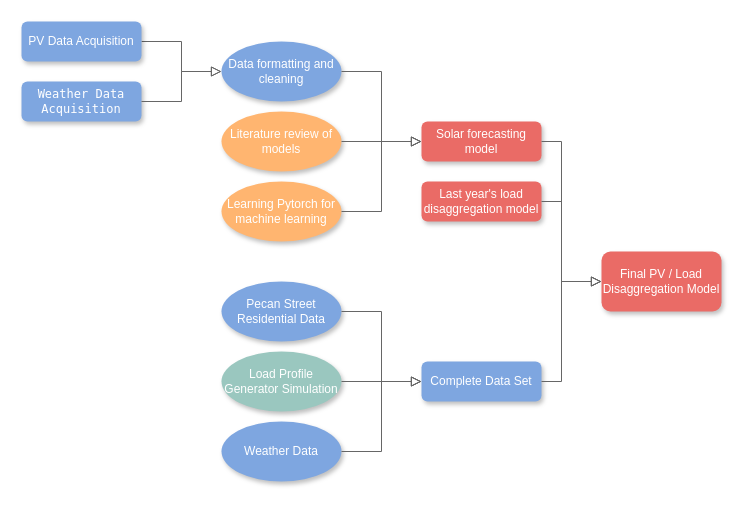
The draw.io diagram Graphics/Org Chart.drawio in coby-scrudder/PV-BTM-forecasting, before the edit. Source tidied: cells renumbered, new cells numbered last; positions are measured from the earlier drawing's top-left corner, leaving out a move shared by most shapes. Both pictures are drawn from the tidied source at 100%, with x=0, y=0 at pixel (21, 21).
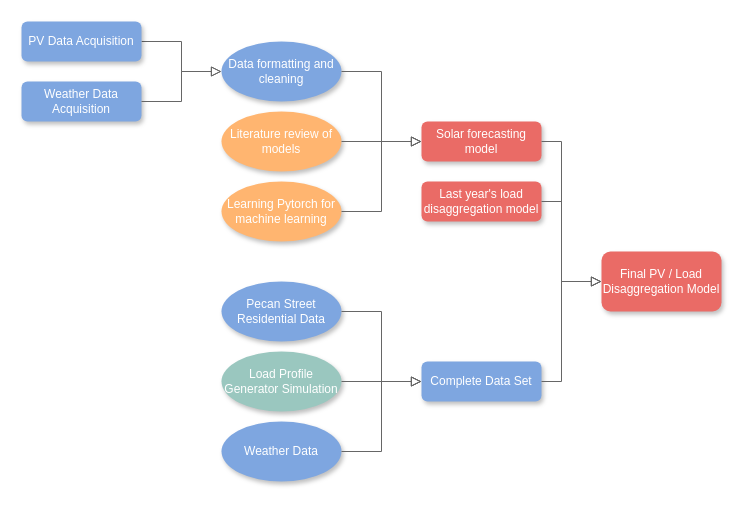
Above is the later version.

Change to the diagram source:
```diff
@@
-    <mxCell id="4" value="&lt;font color=&quot;#ffffff&quot; face=&quot;Lucida Console&quot;&gt;Weather Data Acquisition&lt;/font&gt;" style="rounded=1;whiteSpace=wrap;html=1;fillColor=#7EA6E0;strokeColor=none;shadow=1;" parent="1" vertex="1">
+    <mxCell id="4" value="&lt;font color=&quot;#ffffff&quot;&gt;Weather Data Acquisition&lt;/font&gt;" style="rounded=1;whiteSpace=wrap;html=1;fillColor=#7EA6E0;strokeColor=none;shadow=1;" parent="1" vertex="1">
       <mxGeometry y="60" width="120" height="40" as="geometry" />
     </mxCell>
```
